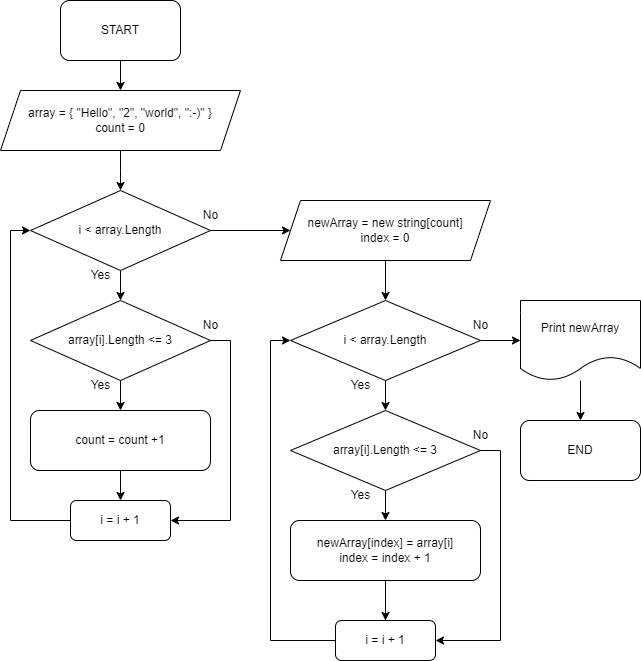
The draw.io diagram final-task.png in baksheeff/Lesson-8, before a commit. Source tidied: cells renumbered, new cells last; positions are measured from the earlier drawing's top-left corner, leaving out a move shared by most shapes.
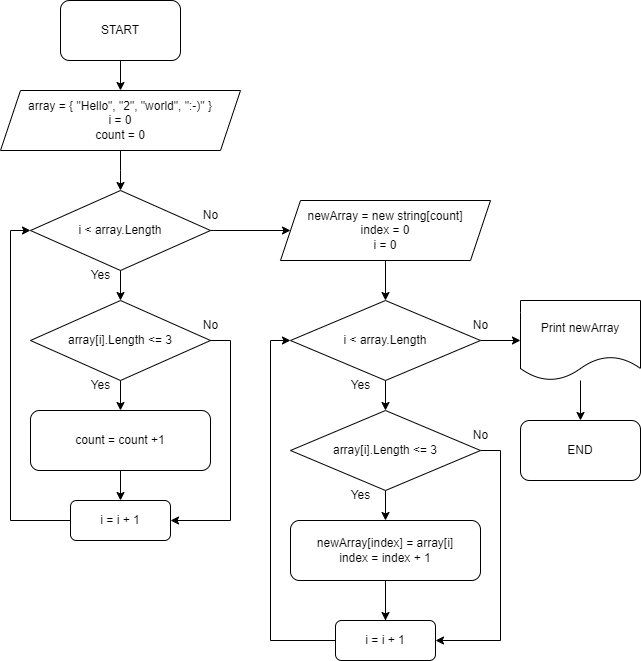
The same diagram one commit later.

Commit message:
corrected block diagram again

What changed in the source:
```diff
@@ -15,7 +15,7 @@
         <mxPoint x="120" y="190" as="targetPoint" />
       </mxGeometry>
     </mxCell>
-    <mxCell id="5" value="array = { &quot;Hello&quot;, &quot;2&quot;, &quot;world&quot;, &quot;:-)&quot; }&lt;br&gt;count = 0" style="shape=parallelogram;perimeter=parallelogramPerimeter;whiteSpace=wrap;html=1;fixedSize=1;" parent="1" vertex="1">
+    <mxCell id="5" value="array = { &quot;Hello&quot;, &quot;2&quot;, &quot;world&quot;, &quot;:-)&quot; }&lt;br&gt;i = 0&lt;br&gt;count = 0" style="shape=parallelogram;perimeter=parallelogramPerimeter;whiteSpace=wrap;html=1;fixedSize=1;" parent="1" vertex="1">
       <mxGeometry y="90" width="240" height="60" as="geometry" />
     </mxCell>
     <mxCell id="6" style="edgeStyle=orthogonalEdgeStyle;rounded=0;jettySize=auto;html=1;" parent="1" edge="1" source="8" target="10">
@@ -62,7 +62,7 @@
     <mxCell id="18" style="edgeStyle=orthogonalEdgeStyle;rounded=0;jettySize=auto;html=1;" parent="1" edge="1" source="19" target="22">
       <mxGeometry relative="1" as="geometry" />
     </mxCell>
-    <mxCell id="19" value="newArray = new string[count]&lt;br&gt;index = 0" style="shape=parallelogram;perimeter=parallelogramPerimeter;whiteSpace=wrap;html=1;fixedSize=1;" parent="1" vertex="1">
+    <mxCell id="19" value="newArray = new string[count]&lt;br&gt;index = 0&lt;br&gt;i = 0" style="shape=parallelogram;perimeter=parallelogramPerimeter;whiteSpace=wrap;html=1;fixedSize=1;" parent="1" vertex="1">
       <mxGeometry x="280" y="200" width="210" height="60" as="geometry" />
     </mxCell>
     <mxCell id="20" style="edgeStyle=orthogonalEdgeStyle;rounded=0;jettySize=auto;html=1;entryX=0.5;entryY=0;entryDx=0;entryDy=0;" parent="1" edge="1" source="22" target="25">
```
